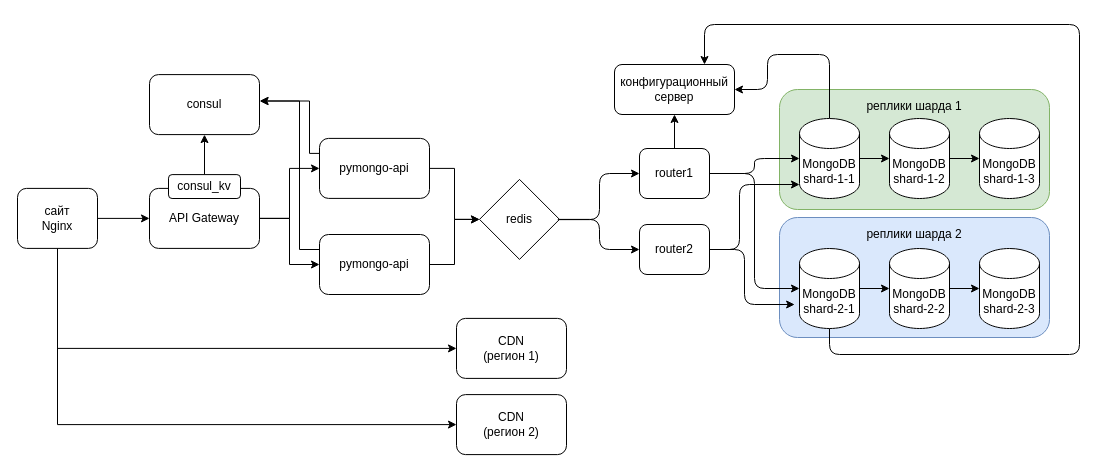
Above: solution.drawio in tinyakovru/architecture-sprint-2 (draw.io), before the change. Source tidied: cells renumbered, new cells numbered last; positions are measured from the earlier drawing's top-left corner, leaving out a move shared by most shapes. Both pictures are drawn from the tidied source at 100%, with x=0, y=0 at pixel (17, 24).
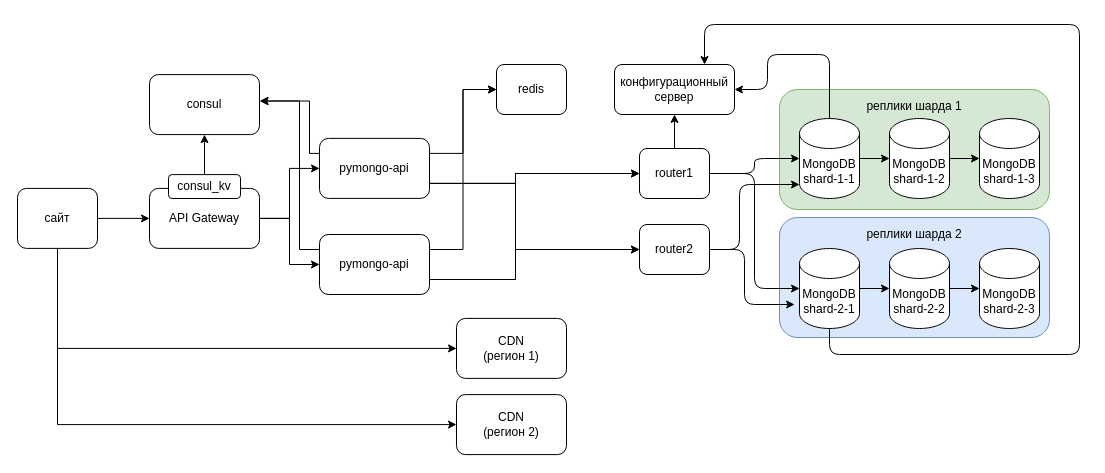
The same page after the edit.

Unchanged cells that the change refers to:
```xml
<mxCell id="11" value="pymongo-api" style="rounded=1;whiteSpace=wrap;html=1;" parent="1" vertex="1">
  <mxGeometry x="302" y="210" width="110" height="60" as="geometry" />
</mxCell>
<mxCell id="24" value="router1" style="rounded=1;whiteSpace=wrap;html=1;" parent="1" vertex="1">
  <mxGeometry x="622" y="124" width="70" height="50" as="geometry" />
</mxCell>
<mxCell id="26" value="router2" style="rounded=1;whiteSpace=wrap;html=1;" parent="1" vertex="1">
  <mxGeometry x="622" y="200" width="70" height="50" as="geometry" />
</mxCell>
<mxCell id="31" value="pymongo-api" style="rounded=1;whiteSpace=wrap;html=1;" parent="1" vertex="1">
  <mxGeometry x="302" y="113.9" width="110" height="60" as="geometry" />
</mxCell>
<mxCell id="35" value="consul" style="rounded=1;whiteSpace=wrap;html=1;" parent="1" vertex="1">
  <mxGeometry x="132" y="50.1" width="110" height="60" as="geometry" />
</mxCell>
```

What changed in the source:
```diff
@@
-    <mxCell id="2" value="redis" style="rhombus;whiteSpace=wrap;html=1;" parent="1" vertex="1">
-      <mxGeometry x="462" y="154.9" width="80" height="80" as="geometry" />
-    </mxCell>
@@
-    <mxCell id="8" style="edgeStyle=orthogonalEdgeStyle;rounded=1;jettySize=auto;html=1;curved=0;exitX=0.979;exitY=0.503;exitDx=0;exitDy=0;exitPerimeter=0;" parent="1" edge="1" source="2" target="24">
-      <mxGeometry relative="1" as="geometry" />
+    <mxCell id="8" style="edgeStyle=orthogonalEdgeStyle;rounded=0;jettySize=auto;html=1;curved=0;exitX=1;exitY=0.75;exitDx=0;exitDy=0;" parent="1" edge="1" source="31" target="24">
+      <mxGeometry relative="1" as="geometry">
+        <Array as="points">
+          <mxPoint x="498" y="159" />
+          <mxPoint x="498" y="149" />
+        </Array>
+      </mxGeometry>
     </mxCell>
-    <mxCell id="9" style="edgeStyle=orthogonalEdgeStyle;rounded=1;jettySize=auto;html=1;entryX=0;entryY=0.5;entryDx=0;entryDy=0;curved=0;" parent="1" edge="1" source="2" target="26">
-      <mxGeometry relative="1" as="geometry" />
+    <mxCell id="9" style="edgeStyle=orthogonalEdgeStyle;rounded=0;jettySize=auto;html=1;entryX=0;entryY=0.5;entryDx=0;entryDy=0;curved=0;exitX=1;exitY=0.75;exitDx=0;exitDy=0;" parent="1" edge="1" source="31" target="26">
+      <mxGeometry relative="1" as="geometry">
+        <Array as="points">
+          <mxPoint x="498" y="159" />
+          <mxPoint x="498" y="225" />
+        </Array>
+      </mxGeometry>
     </mxCell>
-    <mxCell id="10" style="edgeStyle=orthogonalEdgeStyle;rounded=0;jettySize=auto;html=1;" parent="1" edge="1" source="11" target="2">
+    <mxCell id="10" style="edgeStyle=orthogonalEdgeStyle;rounded=0;jettySize=auto;html=1;exitX=1;exitY=0.25;exitDx=0;exitDy=0;entryX=0;entryY=0.5;entryDx=0;entryDy=0;" parent="1" edge="1" source="11" target="2">
       <mxGeometry relative="1" as="geometry" />
     </mxCell>
+    <mxCell id="45" style="edgeStyle=orthogonalEdgeStyle;rounded=0;jettySize=auto;html=1;exitX=1;exitY=0.75;exitDx=0;exitDy=0;entryX=0;entryY=0.5;entryDx=0;entryDy=0;curved=0;" parent="1" edge="1" source="11" target="24">
+      <mxGeometry relative="1" as="geometry">
+        <Array as="points">
+          <mxPoint x="498" y="255" />
+          <mxPoint x="498" y="149" />
+        </Array>
+      </mxGeometry>
+    </mxCell>
+    <mxCell id="46" style="edgeStyle=orthogonalEdgeStyle;rounded=0;jettySize=auto;html=1;exitX=1;exitY=0.75;exitDx=0;exitDy=0;entryX=0;entryY=0.5;entryDx=0;entryDy=0;" parent="1" edge="1" source="11" target="26">
+      <mxGeometry relative="1" as="geometry">
+        <Array as="points">
+          <mxPoint x="498" y="255" />
+          <mxPoint x="498" y="225" />
+        </Array>
+      </mxGeometry>
+    </mxCell>
@@
+    <mxCell id="30" style="edgeStyle=orthogonalEdgeStyle;rounded=0;jettySize=auto;html=1;exitX=0;exitY=0.25;exitDx=0;exitDy=0;entryX=1.001;entryY=0.44;entryDx=0;entryDy=0;entryPerimeter=0;" parent="1" edge="1" source="31" target="35">
+      <mxGeometry relative="1" as="geometry">
+        <Array as="points">
+          <mxPoint x="292" y="129.1" />
+          <mxPoint x="292" y="76.1" />
+        </Array>
+      </mxGeometry>
+    </mxCell>
-    <mxCell id="29" style="edgeStyle=orthogonalEdgeStyle;rounded=0;jettySize=auto;html=1;entryX=0;entryY=0.5;entryDx=0;entryDy=0;" parent="1" edge="1" source="31" target="2">
+    <mxCell id="29" style="edgeStyle=orthogonalEdgeStyle;rounded=0;jettySize=auto;html=1;entryX=0;entryY=0.5;entryDx=0;entryDy=0;exitX=1;exitY=0.25;exitDx=0;exitDy=0;" parent="1" edge="1" source="31" target="2">
       <mxGeometry relative="1" as="geometry" />
     </mxCell>
-    <mxCell id="30" style="edgeStyle=orthogonalEdgeStyle;rounded=0;jettySize=auto;html=1;exitX=0;exitY=0.25;exitDx=0;exitDy=0;entryX=1.001;entryY=0.44;entryDx=0;entryDy=0;entryPerimeter=0;" parent="1" edge="1" source="31" target="35">
-      <mxGeometry relative="1" as="geometry">
-        <Array as="points">
-          <mxPoint x="292" y="129.1" />
-          <mxPoint x="292" y="76.1" />
-        </Array>
-      </mxGeometry>
-    </mxCell>
@@
-    <mxCell id="40" value="сайт&lt;div&gt;Nginx&lt;/div&gt;" style="rounded=1;whiteSpace=wrap;html=1;" parent="1" vertex="1">
+    <mxCell id="40" value="сайт" style="rounded=1;whiteSpace=wrap;html=1;" parent="1" vertex="1">
       <mxGeometry y="163.9" width="80" height="60" as="geometry" />
     </mxCell>
@@
+    <mxCell id="2" value="redis" style="rounded=1;whiteSpace=wrap;html=1;" parent="1" vertex="1">
+      <mxGeometry x="479" y="40" width="70" height="50" as="geometry" />
+    </mxCell>
```
